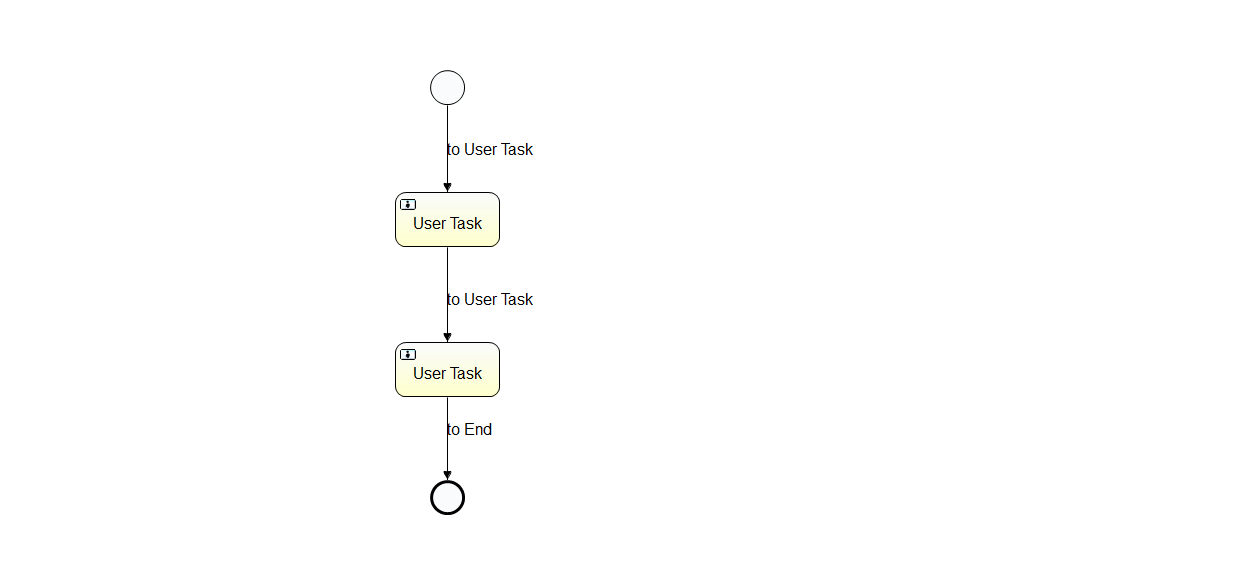
The BPMN diagram src/main/resources/Test.png in TomMickey/activiti, before a commit. Its source is kept beside it as src/main/resources/Test.bpmn. Ids are renumbered.
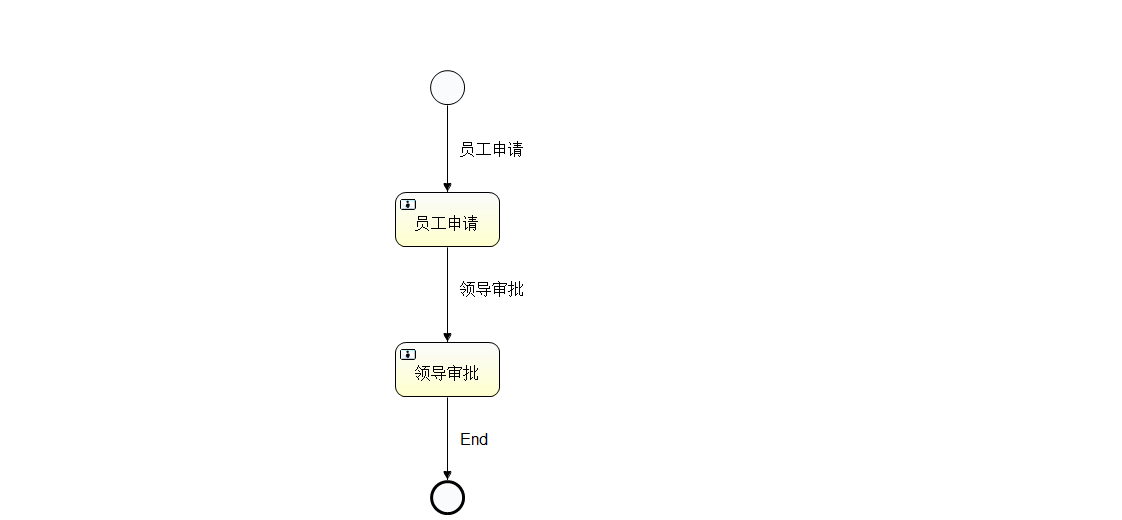
After the change.

Commit message:
增加service Task

The edit, as a diff of the source:
```diff
@@ -1,12 +1,16 @@
 <definitions xmlns="http://www.omg.org/spec/BPMN/20100524/MODEL" xmlns:xsi="http://www.w3.org/2001/XMLSchema-instance" xmlns:xsd="http://www.w3.org/2001/XMLSchema" xmlns:activiti="http://activiti.org/bpmn" xmlns:bpmndi="http://www.omg.org/spec/BPMN/20100524/DI" xmlns:omgdc="http://www.omg.org/spec/DD/20100524/DC" xmlns:omgdi="http://www.omg.org/spec/DD/20100524/DI" typeLanguage="http://www.w3.org/2001/XMLSchema" expressionLanguage="http://www.w3.org/1999/XPath" targetNamespace="http://www.activiti.org/test">
   <process id="myProcessTest" name="My process" isExecutable="true">
     <startEvent id="startevent1" name="Start"></startEvent>
-    <userTask id="usertask1" name="User Task" activiti:candidateUsers="user1,user2"></userTask>
-    <userTask id="usertask2" name="User Task" activiti:candidateUsers="user3,user4"></userTask>
+    <userTask id="usertask1" name="员工申请">
+      <extensionElements>
+        <activiti:taskListener event="create" class="com.grgbanking.MyTaskListener"></activiti:taskListener>
+      </extensionElements>
+    </userTask>
+    <userTask id="usertask2" name="领导审批"></userTask>
     <endEvent id="endevent1" name="End"></endEvent>
-    <sequenceFlow id="flow1" name="to User Task" sourceRef="startevent1" targetRef="usertask1"></sequenceFlow>
-    <sequenceFlow id="flow2" name="to User Task" sourceRef="usertask1" targetRef="usertask2"></sequenceFlow>
-    <sequenceFlow id="flow3" name="to End" sourceRef="usertask2" targetRef="endevent1"></sequenceFlow>
+    <sequenceFlow id="flow3" name="End" sourceRef="usertask2" targetRef="endevent1"></sequenceFlow>
+    <sequenceFlow id="flow4" name="员工申请" sourceRef="startevent1" targetRef="usertask1"></sequenceFlow>
+    <sequenceFlow id="flow5" name="领导审批" sourceRef="usertask1" targetRef="usertask2"></sequenceFlow>
   </process>
   <bpmndi:BPMNDiagram id="BPMNDiagram_myProcessTest">
     <bpmndi:BPMNPlane bpmnElement="myProcessTest" id="BPMNPlane_myProcessTest">
@@ -22,25 +26,25 @@
       <bpmndi:BPMNShape bpmnElement="endevent1" id="BPMNShape_endevent1">
         <omgdc:Bounds height="35.0" width="35.0" x="430.0" y="480.0"></omgdc:Bounds>
       </bpmndi:BPMNShape>
-      <bpmndi:BPMNEdge bpmnElement="flow1" id="BPMNEdge_flow1">
-        <omgdi:waypoint x="447.0" y="105.0"></omgdi:waypoint>
-        <omgdi:waypoint x="447.0" y="192.0"></omgdi:waypoint>
-        <bpmndi:BPMNLabel>
-          <omgdc:Bounds height="18.0" width="100.0" x="447.0" y="139.0"></omgdc:Bounds>
-        </bpmndi:BPMNLabel>
-      </bpmndi:BPMNEdge>
-      <bpmndi:BPMNEdge bpmnElement="flow2" id="BPMNEdge_flow2">
-        <omgdi:waypoint x="447.0" y="247.0"></omgdi:waypoint>
-        <omgdi:waypoint x="447.0" y="342.0"></omgdi:waypoint>
-        <bpmndi:BPMNLabel>
-          <omgdc:Bounds height="18.0" width="100.0" x="447.0" y="289.0"></omgdc:Bounds>
-        </bpmndi:BPMNLabel>
-      </bpmndi:BPMNEdge>
       <bpmndi:BPMNEdge bpmnElement="flow3" id="BPMNEdge_flow3">
         <omgdi:waypoint x="447.0" y="397.0"></omgdi:waypoint>
         <omgdi:waypoint x="447.0" y="480.0"></omgdi:waypoint>
         <bpmndi:BPMNLabel>
-          <omgdc:Bounds height="18.0" width="100.0" x="447.0" y="419.0"></omgdc:Bounds>
+          <omgdc:Bounds height="18.0" width="28.0" x="460.0" y="429.0"></omgdc:Bounds>
+        </bpmndi:BPMNLabel>
+      </bpmndi:BPMNEdge>
+      <bpmndi:BPMNEdge bpmnElement="flow4" id="BPMNEdge_flow4">
+        <omgdi:waypoint x="447.0" y="105.0"></omgdi:waypoint>
+        <omgdi:waypoint x="447.0" y="192.0"></omgdi:waypoint>
+        <bpmndi:BPMNLabel>
+          <omgdc:Bounds height="18.0" width="64.0" x="460.0" y="139.0"></omgdc:Bounds>
+        </bpmndi:BPMNLabel>
+      </bpmndi:BPMNEdge>
+      <bpmndi:BPMNEdge bpmnElement="flow5" id="BPMNEdge_flow5">
+        <omgdi:waypoint x="447.0" y="247.0"></omgdi:waypoint>
+        <omgdi:waypoint x="447.0" y="342.0"></omgdi:waypoint>
+        <bpmndi:BPMNLabel>
+          <omgdc:Bounds height="18.0" width="64.0" x="460.0" y="279.0"></omgdc:Bounds>
         </bpmndi:BPMNLabel>
       </bpmndi:BPMNEdge>
     </bpmndi:BPMNPlane>
```
